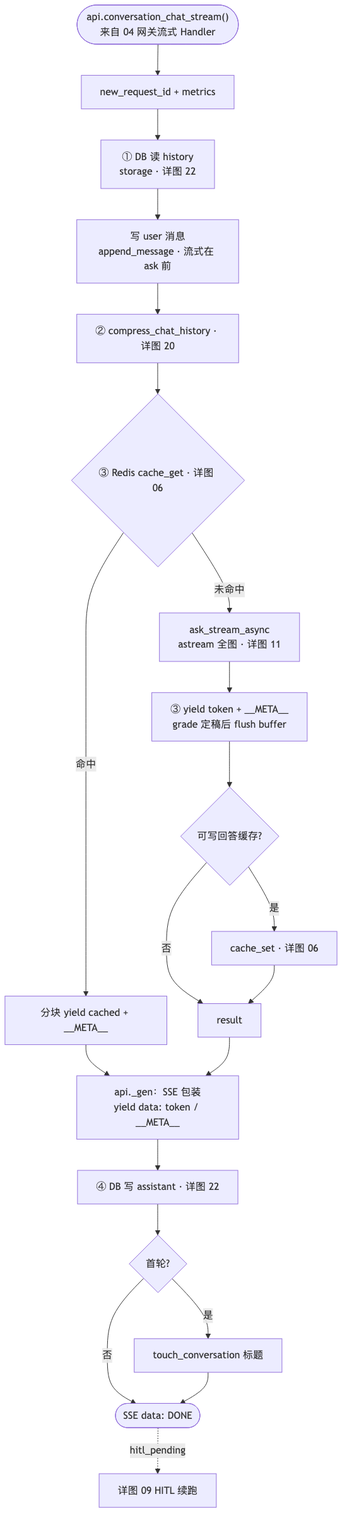
Earlier version of the Mermaid export project_00_rag_agent/docs/diagrams/08_ask_stream.png (charlie-chann/ai-agent-langgraph-main). Its source is kept beside it as project_00_rag_agent/docs/diagrams/source/08_ask_stream.mmd.
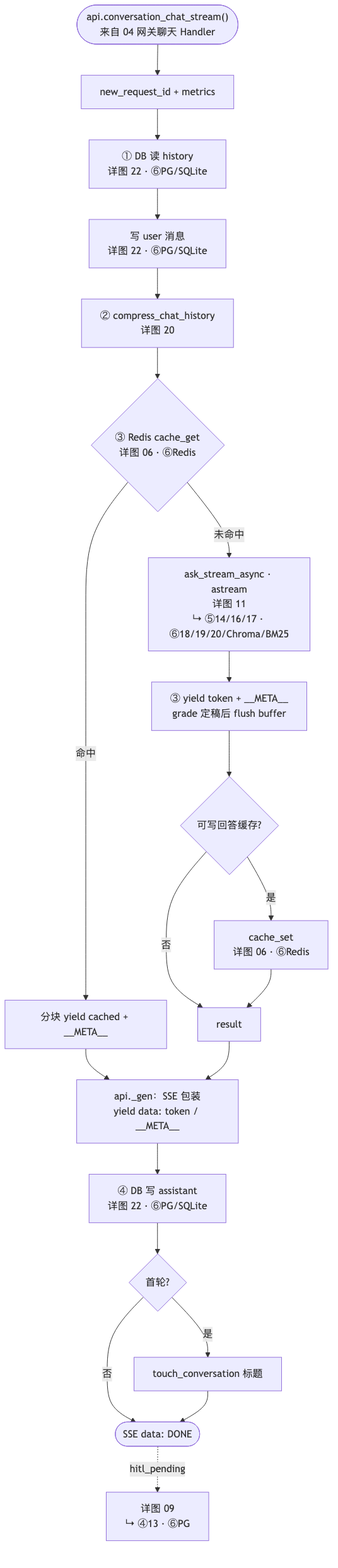
After the change.

Diff of the diagram source:
```diff
@@ -1,28 +1,28 @@
 flowchart TD
-    START(["api.conversation_chat_stream()<br/>来自 04 网关流式 Handler"]) --> RID[new_request_id + metrics]
-    RID --> LOAD["① DB 读 history<br/>storage · 详图 22"]
-    LOAD --> UMSG["写 user 消息<br/>append_message · 流式在 ask 前"]
+    START(["api.conversation_chat_stream()<br/>来自 04 网关聊天 Handler"]) --> RID[new_request_id + metrics]
+    RID --> LOAD["① DB 读 history<br/>详图 22 · ⑥PG/SQLite"]
+    LOAD --> UMSG["写 user 消息<br/>详图 22 · ⑥PG/SQLite"]
 
-    UMSG --> A1["② compress_chat_history · 详图 20"]
-    A1 --> A2{"③ Redis cache_get · 详图 06"}
+    UMSG --> A1["② compress_chat_history<br/>详图 20"]
+    A1 --> A2{"③ Redis cache_get<br/>详图 06 · ⑥Redis"}
 
     A2 -->|命中| A2H[分块 yield cached + __META__]
-    A2 -->|未命中| A3["ask_stream_async<br/>astream 全图 · 详图 11"]
+    A2 -->|未命中| A3["ask_stream_async · astream<br/>详图 11<br/>↳ ⑤14/16/17 · ⑥18/19/20/Chroma/BM25"]
 
     A3 --> A4["③ yield token + __META__<br/>grade 定稿后 flush buffer"]
     A4 --> A5{可写回答缓存?}
-    A5 -->|是| A6[cache_set · 详图 06]
+    A5 -->|是| A6["cache_set<br/>详图 06 · ⑥Redis"]
     A5 -->|否| MERGE[result]
     A6 --> MERGE
 
     A2H --> WRAP
     MERGE --> WRAP["api._gen：SSE 包装<br/>yield data: token / __META__"]
 
-    WRAP --> SAVE["④ DB 写 assistant · 详图 22"]
+    WRAP --> SAVE["④ DB 写 assistant<br/>详图 22 · ⑥PG/SQLite"]
     SAVE --> TIT{首轮?}
     TIT -->|是| TITLE[touch_conversation 标题]
     TIT -->|否| RETURN
     TITLE --> RETURN(["SSE data: DONE"])
 
-    RETURN -.->|hitl_pending| H09[详图 09 HITL 续跑]
+    RETURN -.->|hitl_pending| H09["详图 09<br/>↳ ④13 · ⑥PG"]
 
```
